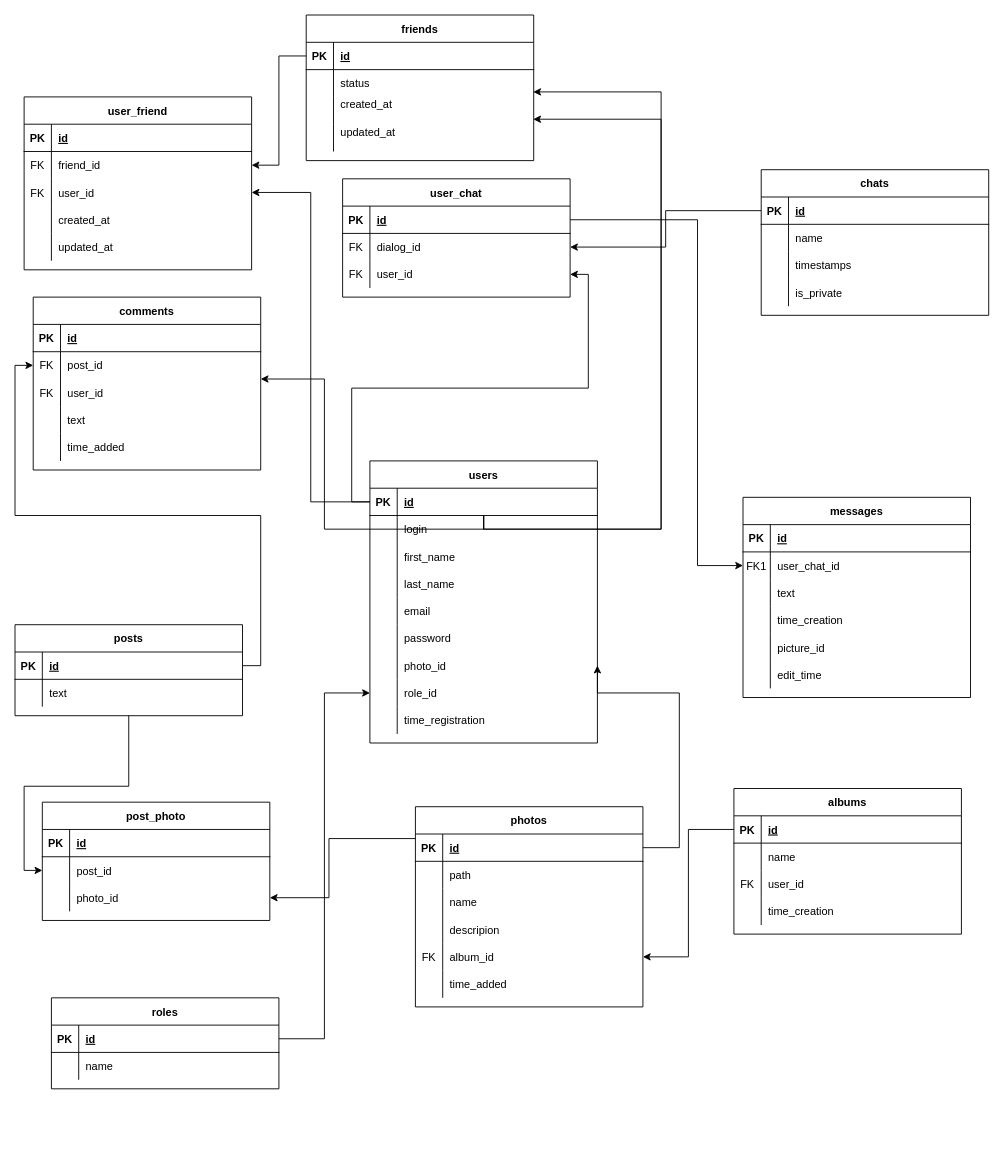
abobandit/diagrams keeps this draw.io diagram as DB_structure.drawio. Above is the earlier version. Source tidied: cells renumbered, new cells numbered last; positions are measured from the earlier drawing's top-left corner, leaving out a move shared by most shapes. Both pictures are drawn from the tidied source at 91%, with x=0, y=0 at pixel (15, 15).
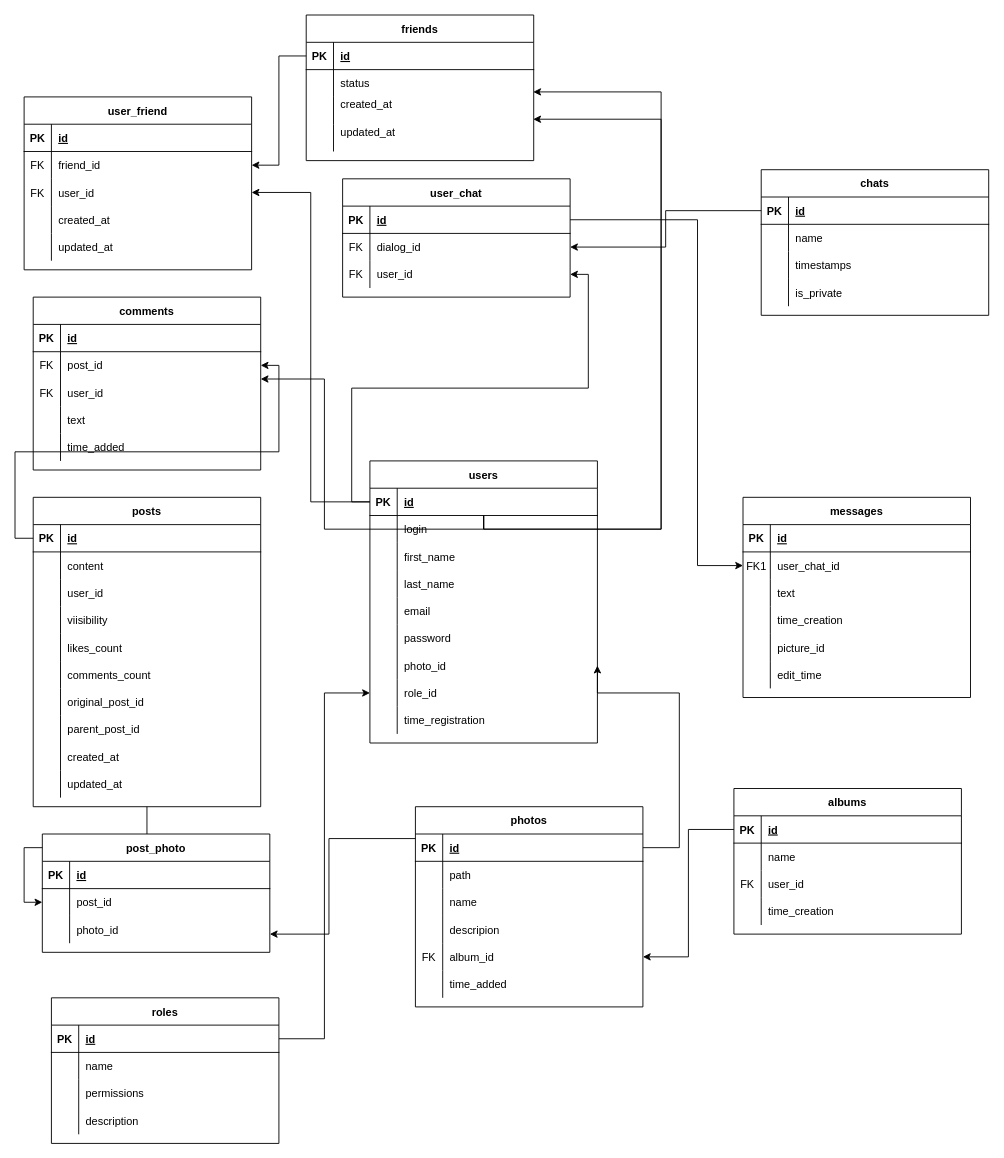
Above is the later version.

Unchanged cells that the change refers to:
```xml
<mxCell id="67" style="shape=partialRectangle;fillColor=none;top=0;left=0;right=0;bottom=0;" parent="63" vertex="1">
  <mxGeometry y="60" width="250" height="30" as="geometry" />
</mxCell>
<mxCell id="77" style="shape=partialRectangle;fillColor=none;points=[[0,0.5],[1,0.5]];portConstraint=eastwest;top=0;left=0;right=0;bottom=0;" parent="70" vertex="1">
  <mxGeometry y="90" width="250" height="30" as="geometry" />
</mxCell>
<mxCell id="143" style="shape=partialRectangle;fillColor=none;points=[[0,0.5],[1,0.5]];portConstraint=eastwest;top=0;left=0;right=0;bottom=1;" parent="142" vertex="1">
  <mxGeometry y="30" width="250" height="30" as="geometry" />
</mxCell>
```

The edit, as a diff of the source:
```diff
@@
     <mxCell id="63" value="posts" style="shape=table;startSize=30;childLayout=tableLayout;rowLines=0;fontStyle=1;align=center;" parent="1" vertex="1">
-      <mxGeometry y="670" width="250" height="100" as="geometry" />
+      <mxGeometry x="20" y="530" width="250" height="340" as="geometry" />
     </mxCell>
@@
-    <mxCell id="69" value="text" style="shape=partialRectangle;overflow=hidden;fillColor=none;top=0;left=0;bottom=0;right=0;align=left;spacingLeft=6;" parent="67" vertex="1">
+    <mxCell id="69" value="content" style="shape=partialRectangle;overflow=hidden;fillColor=none;top=0;left=0;bottom=0;right=0;align=left;spacingLeft=6;" parent="67" vertex="1">
       <mxGeometry x="30" width="220" height="30" as="geometry" />
     </mxCell>
+    <mxCell id="187" style="shape=partialRectangle;fillColor=none;top=0;left=0;right=0;bottom=0;" parent="63" vertex="1">
+      <mxGeometry y="90" width="250" height="30" as="geometry" />
+    </mxCell>
+    <mxCell id="188" value="&#10;" style="shape=partialRectangle;overflow=hidden;fillColor=none;top=0;left=0;bottom=0;right=0;" parent="187" vertex="1">
+      <mxGeometry width="30" height="30" as="geometry" />
+    </mxCell>
+    <mxCell id="189" value="user_id" style="shape=partialRectangle;overflow=hidden;fillColor=none;top=0;left=0;bottom=0;right=0;align=left;spacingLeft=6;" parent="187" vertex="1">
+      <mxGeometry x="30" width="220" height="30" as="geometry" />
+    </mxCell>
+    <mxCell id="190" style="shape=partialRectangle;fillColor=none;top=0;left=0;right=0;bottom=0;" parent="63" vertex="1">
+      <mxGeometry y="120" width="250" height="30" as="geometry" />
+    </mxCell>
+    <mxCell id="191" value="&#10;" style="shape=partialRectangle;overflow=hidden;fillColor=none;top=0;left=0;bottom=0;right=0;" parent="190" vertex="1">
+      <mxGeometry width="30" height="30" as="geometry" />
+    </mxCell>
+    <mxCell id="192" value="viisibility" style="shape=partialRectangle;overflow=hidden;fillColor=none;top=0;left=0;bottom=0;right=0;align=left;spacingLeft=6;" parent="190" vertex="1">
+      <mxGeometry x="30" width="220" height="30" as="geometry" />
+    </mxCell>
+    <mxCell id="193" style="shape=partialRectangle;fillColor=none;top=0;left=0;right=0;bottom=0;" parent="63" vertex="1">
+      <mxGeometry y="150" width="250" height="30" as="geometry" />
+    </mxCell>
+    <mxCell id="194" value="&#10;" style="shape=partialRectangle;overflow=hidden;fillColor=none;top=0;left=0;bottom=0;right=0;" parent="193" vertex="1">
+      <mxGeometry width="30" height="30" as="geometry" />
+    </mxCell>
+    <mxCell id="195" value="likes_count" style="shape=partialRectangle;overflow=hidden;fillColor=none;top=0;left=0;bottom=0;right=0;align=left;spacingLeft=6;" parent="193" vertex="1">
+      <mxGeometry x="30" width="220" height="30" as="geometry" />
+    </mxCell>
+    <mxCell id="196" style="shape=partialRectangle;fillColor=none;top=0;left=0;right=0;bottom=0;" parent="63" vertex="1">
+      <mxGeometry y="180" width="250" height="30" as="geometry" />
+    </mxCell>
+    <mxCell id="197" value="&#10;" style="shape=partialRectangle;overflow=hidden;fillColor=none;top=0;left=0;bottom=0;right=0;" parent="196" vertex="1">
+      <mxGeometry width="30" height="30" as="geometry" />
+    </mxCell>
+    <mxCell id="198" value="comments_count" style="shape=partialRectangle;overflow=hidden;fillColor=none;top=0;left=0;bottom=0;right=0;align=left;spacingLeft=6;" parent="196" vertex="1">
+      <mxGeometry x="30" width="220" height="30" as="geometry" />
+    </mxCell>
+    <mxCell id="199" style="shape=partialRectangle;fillColor=none;top=0;left=0;right=0;bottom=0;" parent="63" vertex="1">
+      <mxGeometry y="210" width="250" height="30" as="geometry" />
+    </mxCell>
+    <mxCell id="200" value="&#10;" style="shape=partialRectangle;overflow=hidden;fillColor=none;top=0;left=0;bottom=0;right=0;" parent="199" vertex="1">
+      <mxGeometry width="30" height="30" as="geometry" />
+    </mxCell>
+    <mxCell id="201" value="original_post_id" style="shape=partialRectangle;overflow=hidden;fillColor=none;top=0;left=0;bottom=0;right=0;align=left;spacingLeft=6;" parent="199" vertex="1">
+      <mxGeometry x="30" width="220" height="30" as="geometry" />
+    </mxCell>
+    <mxCell id="202" style="shape=partialRectangle;fillColor=none;top=0;left=0;right=0;bottom=0;" parent="63" vertex="1">
+      <mxGeometry y="240" width="250" height="30" as="geometry" />
+    </mxCell>
+    <mxCell id="203" value="&#10;" style="shape=partialRectangle;overflow=hidden;fillColor=none;top=0;left=0;bottom=0;right=0;" parent="202" vertex="1">
+      <mxGeometry width="30" height="30" as="geometry" />
+    </mxCell>
+    <mxCell id="204" value="parent_post_id" style="shape=partialRectangle;overflow=hidden;fillColor=none;top=0;left=0;bottom=0;right=0;align=left;spacingLeft=6;" parent="202" vertex="1">
+      <mxGeometry x="30" width="220" height="30" as="geometry" />
+    </mxCell>
+    <mxCell id="205" style="shape=partialRectangle;fillColor=none;top=0;left=0;right=0;bottom=0;" parent="63" vertex="1">
+      <mxGeometry y="270" width="250" height="30" as="geometry" />
+    </mxCell>
+    <mxCell id="206" style="shape=partialRectangle;overflow=hidden;fillColor=none;top=0;left=0;bottom=0;right=0;" parent="205" vertex="1">
+      <mxGeometry width="30" height="30" as="geometry" />
+    </mxCell>
+    <mxCell id="207" value="created_at" style="shape=partialRectangle;overflow=hidden;fillColor=none;top=0;left=0;bottom=0;right=0;align=left;spacingLeft=6;" parent="205" vertex="1">
+      <mxGeometry x="30" width="220" height="30" as="geometry" />
+    </mxCell>
+    <mxCell id="208" style="shape=partialRectangle;fillColor=none;top=0;left=0;right=0;bottom=0;" parent="63" vertex="1">
+      <mxGeometry y="300" width="250" height="30" as="geometry" />
+    </mxCell>
+    <mxCell id="209" style="shape=partialRectangle;overflow=hidden;fillColor=none;top=0;left=0;bottom=0;right=0;" parent="208" vertex="1">
+      <mxGeometry width="30" height="30" as="geometry" />
+    </mxCell>
+    <mxCell id="210" value="updated_at" style="shape=partialRectangle;overflow=hidden;fillColor=none;top=0;left=0;bottom=0;right=0;align=left;spacingLeft=6;" parent="208" vertex="1">
+      <mxGeometry x="30" width="220" height="30" as="geometry" />
+    </mxCell>
     <mxCell id="70" value="post_photo" style="shape=table;startSize=30;childLayout=tableLayout;rowLines=0;fontStyle=1;align=center;" parent="1" vertex="1">
-      <mxGeometry x="30" y="865" width="250" height="130" as="geometry" />
+      <mxGeometry x="30" y="900" width="250" height="130" as="geometry" />
     </mxCell>
@@
     <mxCell id="116" value="roles" style="shape=table;startSize=30;childLayout=tableLayout;rowLines=0;fontStyle=1;align=center;" parent="1" vertex="1">
-      <mxGeometry x="40" y="1080" width="250" height="100" as="geometry" />
+      <mxGeometry x="40" y="1080" width="250" height="160" as="geometry" />
     </mxCell>
@@
+    <mxCell id="211" style="shape=partialRectangle;fillColor=none;top=0;left=0;right=0;bottom=0;" parent="116" vertex="1">
+      <mxGeometry y="90" width="250" height="30" as="geometry" />
+    </mxCell>
+    <mxCell id="212" style="shape=partialRectangle;overflow=hidden;fillColor=none;top=0;left=0;bottom=0;right=0;" parent="211" vertex="1">
+      <mxGeometry width="30" height="30" as="geometry" />
+    </mxCell>
+    <mxCell id="213" value="permissions" style="shape=partialRectangle;overflow=hidden;fillColor=none;top=0;left=0;bottom=0;right=0;align=left;spacingLeft=6;" parent="211" vertex="1">
+      <mxGeometry x="30" width="220" height="30" as="geometry" />
+    </mxCell>
+    <mxCell id="214" style="shape=partialRectangle;fillColor=none;top=0;left=0;right=0;bottom=0;" parent="116" vertex="1">
+      <mxGeometry y="120" width="250" height="30" as="geometry" />
+    </mxCell>
+    <mxCell id="215" style="shape=partialRectangle;overflow=hidden;fillColor=none;top=0;left=0;bottom=0;right=0;" parent="214" vertex="1">
+      <mxGeometry width="30" height="30" as="geometry" />
+    </mxCell>
+    <mxCell id="216" value="description" style="shape=partialRectangle;overflow=hidden;fillColor=none;top=0;left=0;bottom=0;right=0;align=left;spacingLeft=6;" parent="214" vertex="1">
+      <mxGeometry x="30" width="220" height="30" as="geometry" />
+    </mxCell>
@@
     <mxCell id="164" style="edgeStyle=orthogonalEdgeStyle;rounded=0;jettySize=auto;html=1;" parent="1" edge="1" source="143" target="77">
       <mxGeometry relative="1" as="geometry">
         <Array as="points">
           <mxPoint x="345" y="905" />
-          <mxPoint x="345" y="970" />
+          <mxPoint x="345" y="1010" />
         </Array>
       </mxGeometry>
     </mxCell>
```
